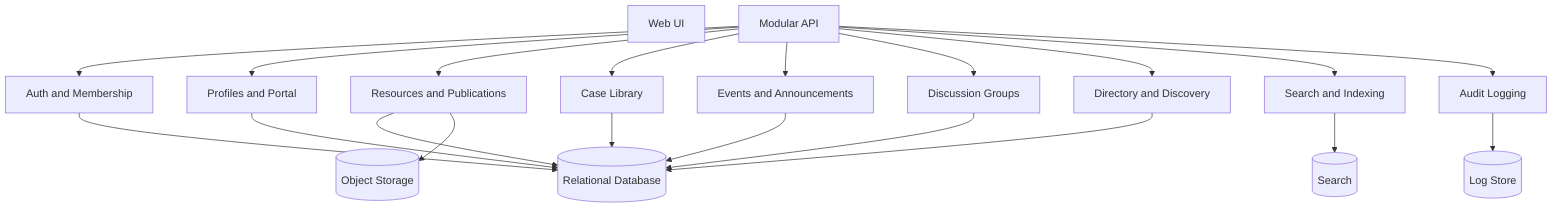
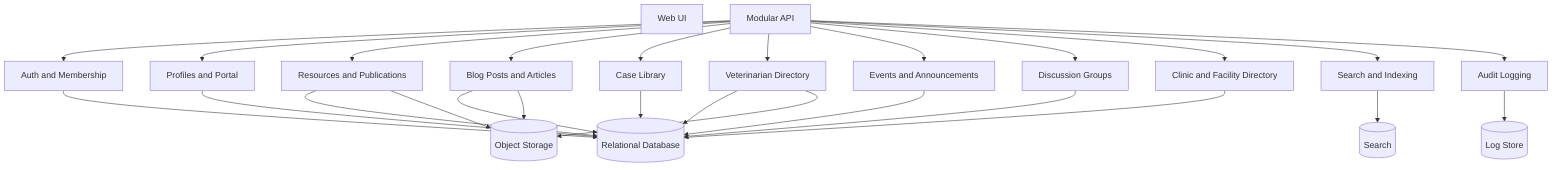
graph TB
  Web[Web UI]
  API[Modular API]

  API --> AuthM[Auth and Membership]
  API --> ProfileM[Profiles and Portal]
  API --> ContentM[Resources and Publications]
+   API --> BlogM[Blog Posts and Articles]
  API --> CaseM[Case Library]
+   API --> VetM[Veterinarian Directory]
  API --> EventM[Events and Announcements]
  API --> CommunityM[Discussion Groups]
-   API --> DirectoryM[Directory and Discovery]
+   API --> ClinicM[Clinic and Facility Directory]
  API --> SearchM[Search and Indexing]
  API --> AuditM[Audit Logging]

  AuthM --> DB[(Relational Database)]
  ProfileM --> DB
  ContentM --> DB
+   BlogM --> DB
  CaseM --> DB
+   VetM --> DB
  EventM --> DB
  CommunityM --> DB
-   DirectoryM --> DB
+   ClinicM --> DB
  SearchM --> Search[(Search)]
  ContentM --> Storage[(Object Storage)]
+   BlogM --> Storage
+   VetM --> Storage
  AuditM --> LogStore[(Log Store)]